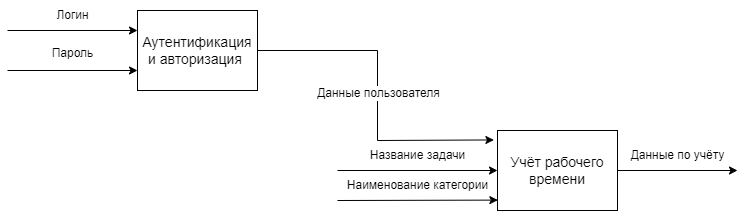
Above: Функциональная диаграмма продукта.drawio.png in MgrDim/Project_1 (draw.io), before the change. Source tidied: cells renumbered, new cells last; positions are measured from the earlier drawing's top-left corner, leaving out a move shared by most shapes.
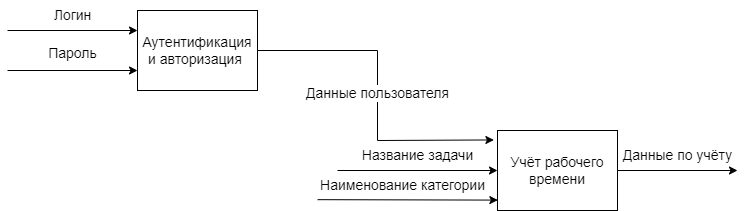
Above is the later version.

Change to the diagram source:
```diff
@@ -16,7 +16,7 @@
         </Array>
       </mxGeometry>
     </mxCell>
-    <mxCell id="5" value="Данные пользователя" style="edgeLabel;html=1;align=center;verticalAlign=middle;fontSize=12;" parent="4" vertex="1">
+    <mxCell id="5" value="Данные пользователя" style="edgeLabel;html=1;align=center;verticalAlign=middle;fontSize=14;" parent="4" vertex="1">
       <mxGeometry x="0.01" y="3" relative="1" as="geometry">
         <mxPoint x="-3" y="-3" as="offset" />
       </mxGeometry>
@@ -31,10 +31,10 @@
         <mxPoint y="70" as="sourcePoint" />
       </mxGeometry>
     </mxCell>
-    <mxCell id="8" value="Пароль" style="text;html=1;align=center;verticalAlign=middle;strokeColor=none;fillColor=none;fontSize=12;" parent="1" vertex="1">
+    <mxCell id="8" value="Пароль" style="text;html=1;align=center;verticalAlign=middle;strokeColor=none;fillColor=none;fontSize=14;" parent="1" vertex="1">
       <mxGeometry x="30" y="38" width="70" height="30" as="geometry" />
     </mxCell>
-    <mxCell id="9" value="Логин" style="text;html=1;align=center;verticalAlign=middle;strokeColor=none;fillColor=none;fontSize=12;" parent="1" vertex="1">
+    <mxCell id="9" value="Логин" style="text;html=1;align=center;verticalAlign=middle;strokeColor=none;fillColor=none;fontSize=14;" parent="1" vertex="1">
       <mxGeometry x="35" width="60" height="30" as="geometry" />
     </mxCell>
     <mxCell id="10" style="endArrow=classic;html=1;rounded=0;" parent="1" edge="1">
@@ -43,24 +43,22 @@
         <mxPoint x="730" y="170" as="targetPoint" />
       </mxGeometry>
     </mxCell>
-    <mxCell id="11" style="endArrow=classic;html=1;rounded=0;entryX=0.003;entryY=0.87;entryDx=0;entryDy=0;entryPerimeter=0;" parent="1" edge="1" target="3">
-      <mxGeometry relative="1" as="geometry">
-        <mxPoint x="330" y="200" as="sourcePoint" />
-      </mxGeometry>
+    <mxCell id="11" style="endArrow=classic;html=1;rounded=0;entryX=0.003;entryY=0.87;entryDx=0;entryDy=0;entryPerimeter=0;exitX=0.053;exitY=0.972;exitDx=0;exitDy=0;exitPerimeter=0;" parent="1" edge="1" source="14" target="3">
+      <mxGeometry relative="1" as="geometry" />
     </mxCell>
     <mxCell id="12" style="endArrow=classic;html=1;rounded=0;entryX=0;entryY=0.5;entryDx=0;entryDy=0;" parent="1" edge="1" target="3">
       <mxGeometry relative="1" as="geometry">
         <mxPoint x="330" y="170" as="sourcePoint" />
       </mxGeometry>
     </mxCell>
-    <mxCell id="13" value="Название задачи" style="text;html=1;align=center;verticalAlign=middle;strokeColor=none;fillColor=none;" parent="1" vertex="1">
-      <mxGeometry x="350" y="140" width="120" height="30" as="geometry" />
+    <mxCell id="13" value="Название задачи" style="text;html=1;align=center;verticalAlign=middle;strokeColor=none;fillColor=none;fontSize=14;" parent="1" vertex="1">
+      <mxGeometry x="345" y="140" width="130" height="30" as="geometry" />
     </mxCell>
-    <mxCell id="14" value="Наименование категории" style="text;html=1;align=center;verticalAlign=middle;points=[];strokeColor=none;fillColor=none;fontSize=12;" parent="1" vertex="1">
-      <mxGeometry x="330" y="170" width="160" height="30" as="geometry" />
+    <mxCell id="14" value="Наименование категории" style="text;html=1;align=center;verticalAlign=middle;points=[];strokeColor=none;fillColor=none;fontSize=14;" parent="1" vertex="1">
+      <mxGeometry x="300" y="170" width="190" height="30" as="geometry" />
     </mxCell>
-    <mxCell id="15" value="Данные по учёту" style="text;html=1;align=center;verticalAlign=middle;strokeColor=none;fillColor=none;" parent="1" vertex="1">
-      <mxGeometry x="610" y="140" width="120" height="30" as="geometry" />
+    <mxCell id="15" value="Данные по учёту" style="text;html=1;align=center;verticalAlign=middle;strokeColor=none;fillColor=none;fontSize=14;" parent="1" vertex="1">
+      <mxGeometry x="605" y="140" width="130" height="30" as="geometry" />
     </mxCell>
   </root>
 </mxGraphModel>
```
